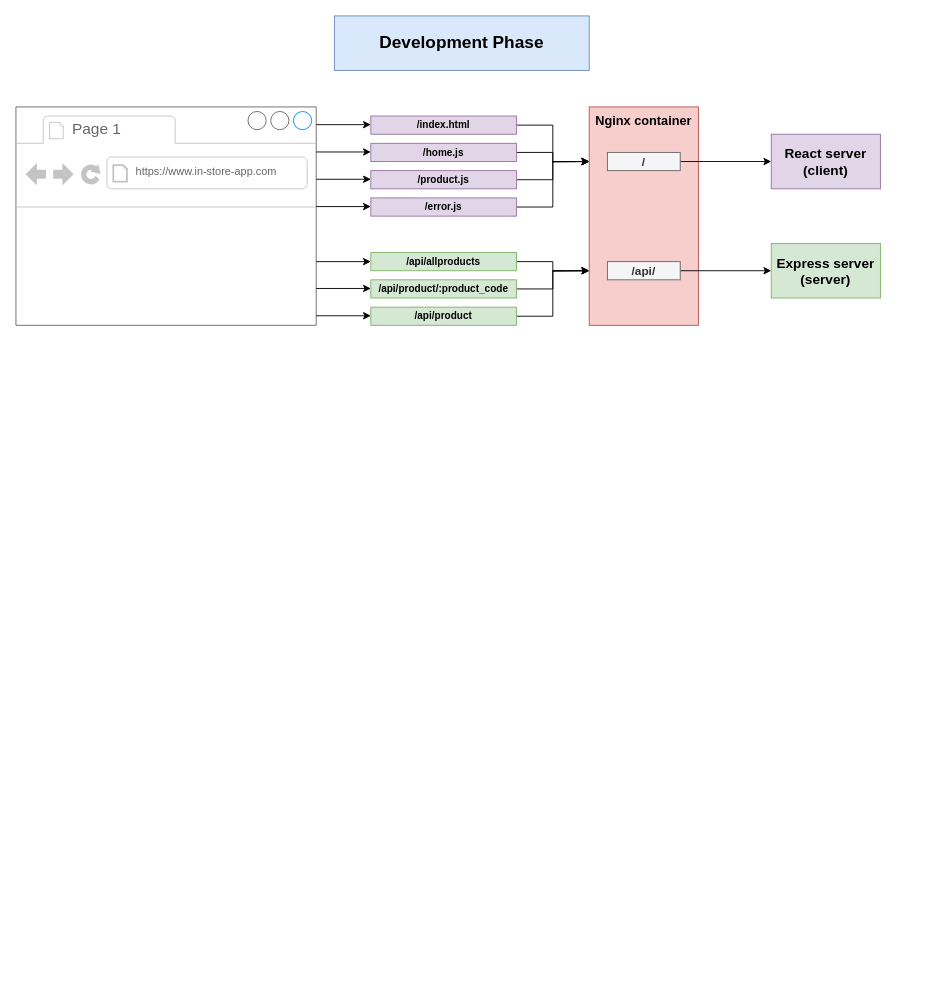
This is in-sale-app.drawio from LuisRuivo21/microsoft-sql-server, a draw.io file, before an edit. Source tidied: cells renumbered, new cells numbered last; positions are measured from the earlier drawing's top-left corner, leaving out a move shared by most shapes. Both pictures are drawn from the tidied source at 91%, with x=0, y=0 at pixel (15, 15).
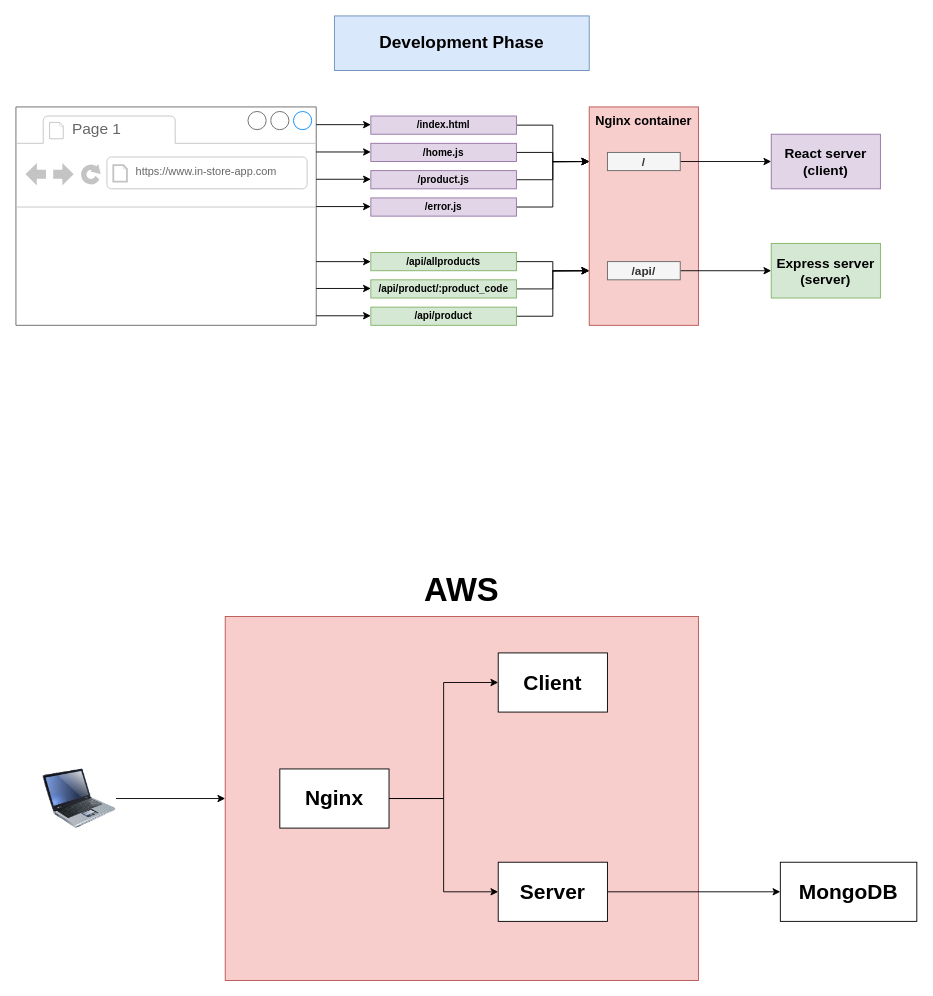
After the change.

The edit, as a diff of the source:
```diff
@@
+    <mxCell id="36" style="edgeStyle=orthogonalEdgeStyle;rounded=0;jettySize=auto;html=1;exitX=1;exitY=0.5;exitDx=0;exitDy=0;entryX=0;entryY=0.5;entryDx=0;entryDy=0;" parent="1" edge="1" source="37" target="38">
+      <mxGeometry relative="1" as="geometry" />
+    </mxCell>
+    <mxCell id="37" style="image;html=1;image=img/lib/clip_art/computers/Laptop_128x128.png;" parent="1" vertex="1">
+      <mxGeometry x="30" y="820" width="80" height="80" as="geometry" />
+    </mxCell>
+    <mxCell id="38" style="rounded=0;whiteSpace=wrap;html=1;fillColor=#f8cecc;strokeColor=#b85450;" parent="1" vertex="1">
+      <mxGeometry x="230" y="660" width="520" height="400" as="geometry" />
+    </mxCell>
+    <mxCell id="39" style="edgeStyle=orthogonalEdgeStyle;rounded=0;jettySize=auto;html=1;exitX=1;exitY=0.5;exitDx=0;exitDy=0;entryX=0;entryY=0.5;entryDx=0;entryDy=0;" parent="1" edge="1" source="41" target="42">
+      <mxGeometry relative="1" as="geometry" />
+    </mxCell>
+    <mxCell id="40" style="edgeStyle=orthogonalEdgeStyle;rounded=0;jettySize=auto;html=1;exitX=1;exitY=0.5;exitDx=0;exitDy=0;entryX=0;entryY=0.5;entryDx=0;entryDy=0;" parent="1" edge="1" source="41" target="44">
+      <mxGeometry relative="1" as="geometry" />
+    </mxCell>
+    <mxCell id="41" value="&lt;b&gt;&lt;font style=&quot;font-size: 23px;&quot;&gt;Nginx&lt;/font&gt;&lt;/b&gt;" style="text;html=1;align=center;verticalAlign=middle;whiteSpace=wrap;rounded=0;fillColor=default;strokeColor=default;" parent="1" vertex="1">
+      <mxGeometry x="290" y="827.5" width="120" height="65" as="geometry" />
+    </mxCell>
+    <mxCell id="42" value="&lt;b&gt;&lt;font style=&quot;font-size: 23px;&quot;&gt;Client&lt;/font&gt;&lt;/b&gt;" style="text;html=1;align=center;verticalAlign=middle;whiteSpace=wrap;rounded=0;fillColor=default;strokeColor=default;" parent="1" vertex="1">
+      <mxGeometry x="530" y="700" width="120" height="65" as="geometry" />
+    </mxCell>
+    <mxCell id="43" style="edgeStyle=orthogonalEdgeStyle;rounded=0;jettySize=auto;html=1;exitX=1;exitY=0.5;exitDx=0;exitDy=0;entryX=0;entryY=0.5;entryDx=0;entryDy=0;" parent="1" edge="1" source="44" target="45">
+      <mxGeometry relative="1" as="geometry" />
+    </mxCell>
+    <mxCell id="44" value="&lt;b&gt;&lt;font style=&quot;font-size: 23px;&quot;&gt;Server&lt;/font&gt;&lt;/b&gt;" style="text;html=1;align=center;verticalAlign=middle;whiteSpace=wrap;rounded=0;fillColor=default;strokeColor=default;" parent="1" vertex="1">
+      <mxGeometry x="530" y="930" width="120" height="65" as="geometry" />
+    </mxCell>
+    <mxCell id="45" value="&lt;b&gt;&lt;font style=&quot;font-size: 23px;&quot;&gt;MongoDB&lt;/font&gt;&lt;/b&gt;" style="text;html=1;align=center;verticalAlign=middle;whiteSpace=wrap;rounded=0;fillColor=default;strokeColor=default;" parent="1" vertex="1">
+      <mxGeometry x="840" y="930" width="150" height="65" as="geometry" />
+    </mxCell>
+    <mxCell id="46" value="&lt;b&gt;&lt;font style=&quot;font-size: 36px;&quot;&gt;AWS&lt;/font&gt;&lt;/b&gt;" style="text;html=1;align=center;verticalAlign=middle;whiteSpace=wrap;rounded=0;" parent="1" vertex="1">
+      <mxGeometry x="405" y="600" width="170" height="60" as="geometry" />
+    </mxCell>
```
